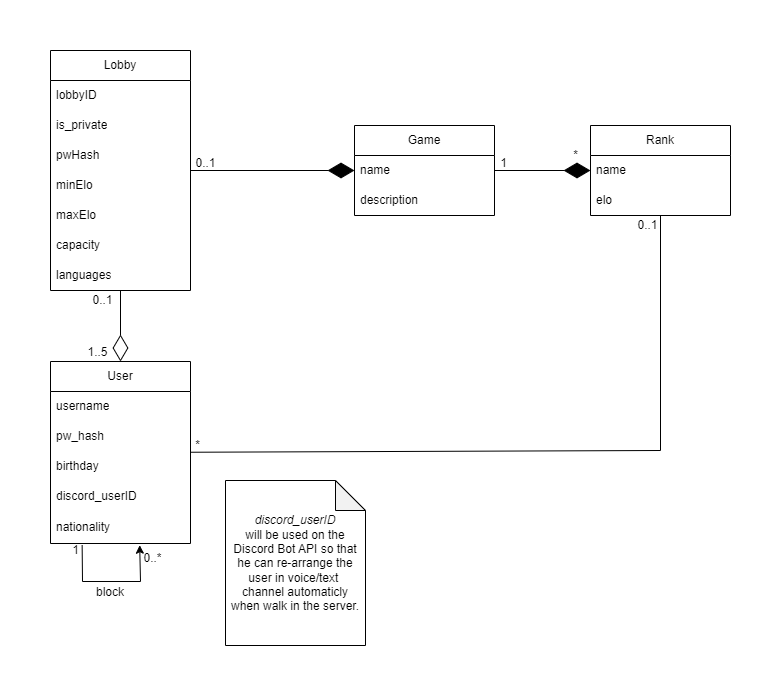
The draw.io diagram images/class_diagram.png in PedroRomao3/Software-Engineering_FEUP, before a commit. Source tidied: cells renumbered, new cells last; positions are measured from the earlier drawing's top-left corner, leaving out a move shared by most shapes.
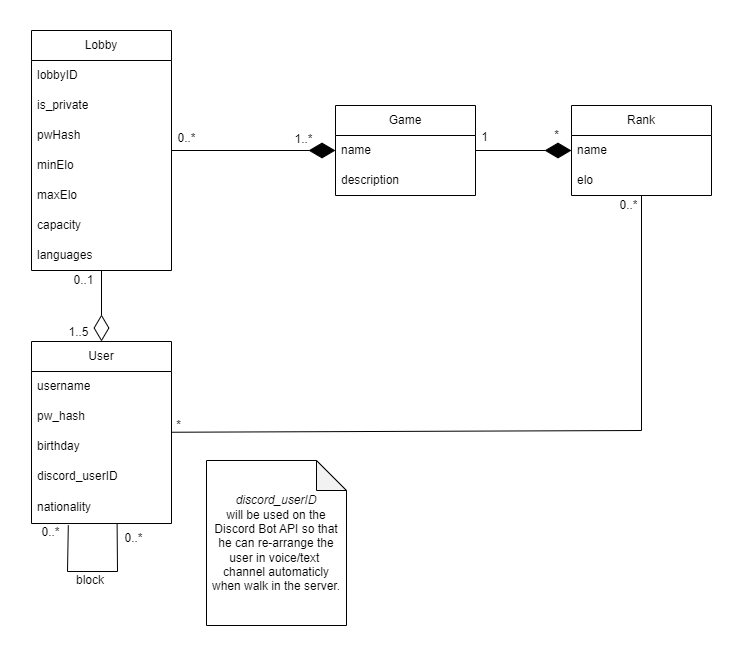
The same diagram one commit later.

Change to the diagram source:
```diff
@@ -44,14 +44,6 @@
     <mxCell id="15" value="nationality" style="text;strokeColor=none;fillColor=none;align=left;verticalAlign=middle;spacingLeft=4;spacingRight=4;overflow=hidden;points=[[0,0.5],[1,0.5]];portConstraint=eastwest;whiteSpace=wrap;html=1;" parent="10" vertex="1">
       <mxGeometry y="150" width="140" height="32" as="geometry" />
     </mxCell>
-    <mxCell id="16" style="endArrow=classic;html=1;rounded=0;exitX=0.226;exitY=1.053;exitDx=0;exitDy=0;exitPerimeter=0;entryX=0.637;entryY=1.053;entryDx=0;entryDy=0;entryPerimeter=0;" parent="10" edge="1" source="15" target="15">
-      <mxGeometry relative="1" as="geometry">
-        <Array as="points">
-          <mxPoint x="32" y="220" />
-          <mxPoint x="90" y="220" />
-        </Array>
-      </mxGeometry>
-    </mxCell>
     <mxCell id="17" value="Game" style="swimlane;fontStyle=0;horizontal=1;startSize=30;whiteSpace=wrap;html=1;" parent="1" vertex="1">
       <mxGeometry x="304" y="75" width="140" height="90" as="geometry" />
     </mxCell>
@@ -78,10 +70,10 @@
       <mxGeometry x="132" y="380" width="30" height="30" as="geometry" />
     </mxCell>
     <mxCell id="24" value="block" style="text;strokeColor=none;align=center;fillColor=none;html=1;verticalAlign=middle;whiteSpace=wrap;rounded=0;" parent="1" vertex="1">
-      <mxGeometry x="30" y="527" width="60" height="30" as="geometry" />
+      <mxGeometry x="29" y="535" width="60" height="30" as="geometry" />
     </mxCell>
-    <mxCell id="25" value="1" style="text;html=1;align=center;verticalAlign=middle;strokeColor=none;fillColor=none;" parent="1" vertex="1">
-      <mxGeometry x="10" y="485" width="30" height="30" as="geometry" />
+    <mxCell id="25" value="0..*" style="text;html=1;align=center;verticalAlign=middle;strokeColor=none;fillColor=none;" parent="1" vertex="1">
+      <mxGeometry x="-1" y="487" width="40" height="30" as="geometry" />
     </mxCell>
     <mxCell id="26" value="0..*" style="text;html=1;align=center;verticalAlign=middle;points=[];strokeColor=none;fillColor=none;" parent="1" vertex="1">
       <mxGeometry x="82" y="493" width="40" height="30" as="geometry" />
@@ -101,23 +93,35 @@
     <mxCell id="31" style="endArrow=diamondThin;endFill=1;endSize=24;html=1;rounded=0;" parent="1" edge="1" source="17" target="28">
       <mxGeometry relative="1" as="geometry" />
     </mxCell>
-    <mxCell id="32" value="0..1" style="text;html=1;align=center;verticalAlign=middle;strokeColor=none;fillColor=none;" parent="1" vertex="1">
+    <mxCell id="32" value="0..*" style="text;html=1;align=center;verticalAlign=middle;strokeColor=none;fillColor=none;" parent="1" vertex="1">
       <mxGeometry x="577" y="160" width="40" height="30" as="geometry" />
     </mxCell>
     <mxCell id="33" style="endArrow=diamondThin;endFill=0;endSize=24;html=1;rounded=0;" parent="1" edge="1" source="2" target="10">
       <mxGeometry relative="1" as="geometry" />
     </mxCell>
-    <mxCell id="34" value="0..1" style="text;html=1;align=center;verticalAlign=middle;strokeColor=none;fillColor=none;" parent="1" vertex="1">
-      <mxGeometry x="135" y="98" width="40" height="30" as="geometry" />
+    <mxCell id="34" value="0..*" style="text;html=1;align=center;verticalAlign=middle;strokeColor=none;fillColor=none;" parent="1" vertex="1">
+      <mxGeometry x="135" y="93" width="40" height="30" as="geometry" />
     </mxCell>
     <mxCell id="35" value="&lt;i&gt;discord_userID&lt;/i&gt; &lt;br&gt;will be used on the Discord Bot API so that he can re-arrange the user in voice/text&amp;nbsp; channel automaticly when walk in the server." style="shape=note;whiteSpace=wrap;html=1;backgroundOutline=1;darkOpacity=0.05;" parent="1" vertex="1">
       <mxGeometry x="175" y="430" width="140" height="165" as="geometry" />
     </mxCell>
     <mxCell id="36" value="1" style="text;html=1;align=center;verticalAlign=middle;strokeColor=none;fillColor=none;" parent="1" vertex="1">
-      <mxGeometry x="438" y="98" width="30" height="30" as="geometry" />
+      <mxGeometry x="438" y="92" width="30" height="30" as="geometry" />
     </mxCell>
     <mxCell id="37" value="*" style="text;html=1;align=center;verticalAlign=middle;strokeColor=none;fillColor=none;" parent="1" vertex="1">
       <mxGeometry x="510" y="90" width="30" height="30" as="geometry" />
     </mxCell>
+    <mxCell id="38" value="1..*" style="text;html=1;align=center;verticalAlign=middle;strokeColor=none;fillColor=none;" parent="1" vertex="1">
+      <mxGeometry x="252" y="94" width="40" height="30" as="geometry" />
+    </mxCell>
+    <mxCell id="39" style="endArrow=none;html=1;rounded=0;exitX=1.045;exitY=0.227;exitDx=0;exitDy=0;exitPerimeter=0;entryX=0.09;entryY=0;entryDx=0;entryDy=0;entryPerimeter=0;" parent="1" edge="1" target="26">
+      <mxGeometry relative="1" as="geometry">
+        <mxPoint x="36.8" y="494.8" as="sourcePoint" />
+        <Array as="points">
+          <mxPoint x="36" y="541" />
+          <mxPoint x="86" y="541" />
+        </Array>
+      </mxGeometry>
+    </mxCell>
   </root>
 </mxGraphModel>
```
